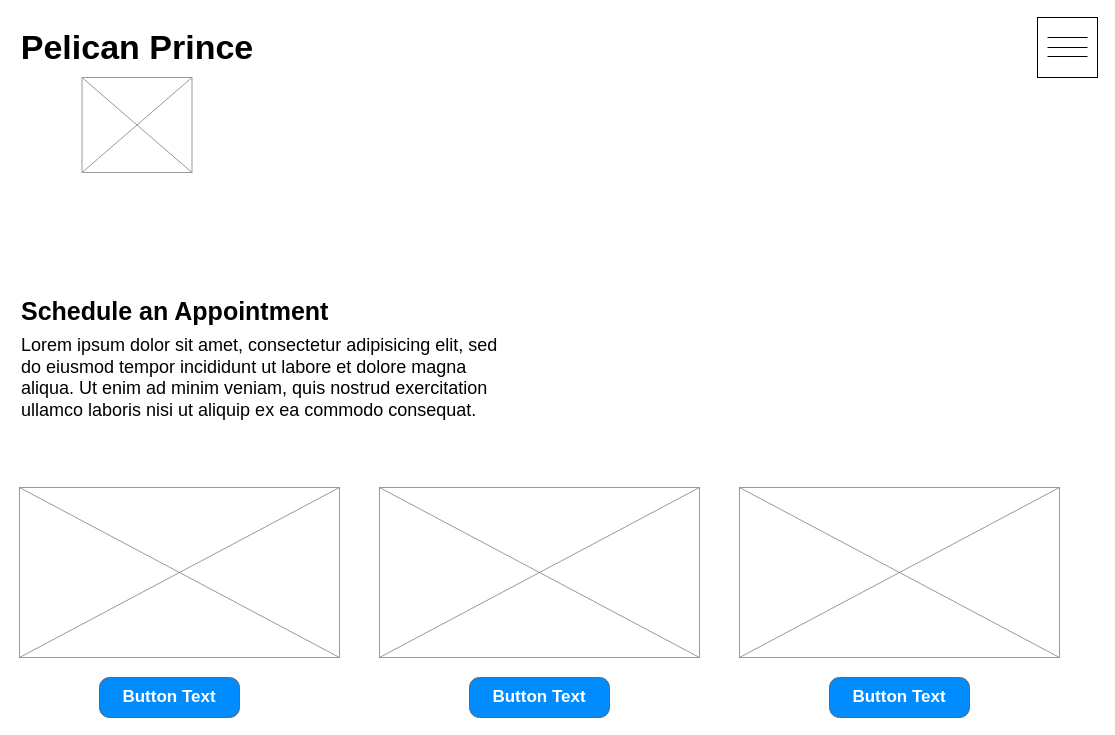
This is page "Appointment" (6 of 6) of portfolio/Pelican Prince Profile.drawio from Tolaji/wdd130, a draw.io file, before an edit. Source tidied: cells renumbered, new cells numbered last; positions are measured from the earlier drawing's top-left corner, leaving out a move shared by most shapes. Both pictures are drawn from the tidied source at 100%, with x=0, y=0 at pixel (17, 17).
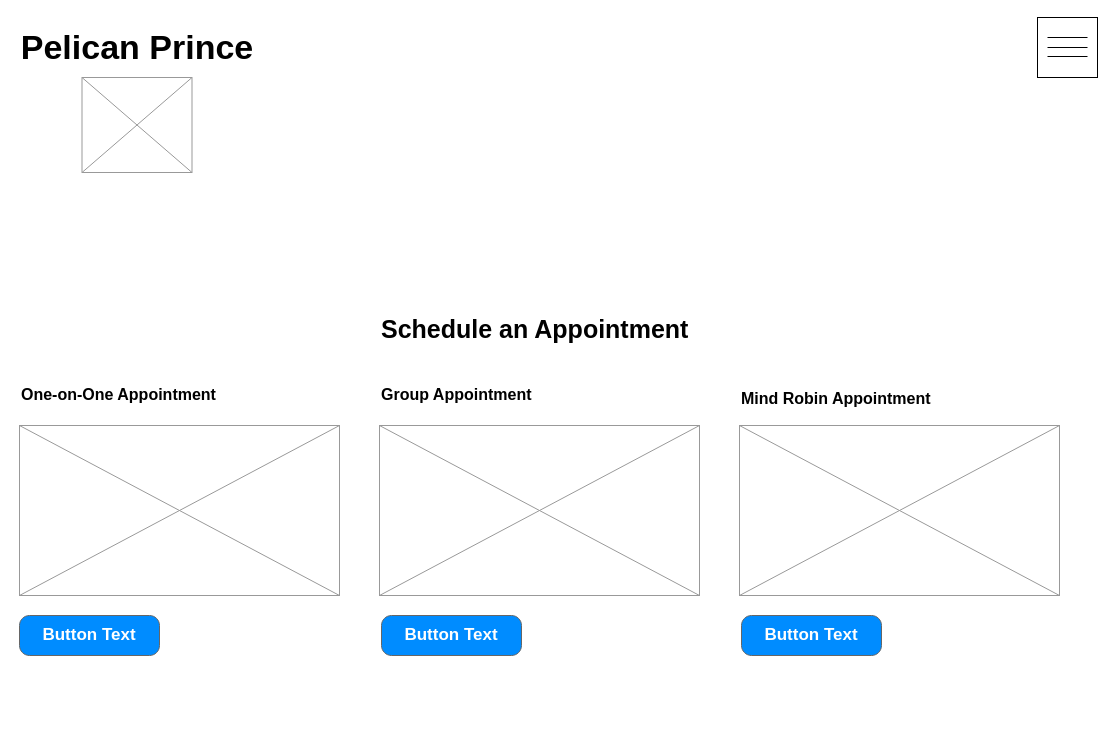
After the change.

What changed in the source:
```diff
@@
     <mxCell id="3" style="verticalLabelPosition=bottom;shadow=0;dashed=0;align=center;html=1;verticalAlign=top;strokeWidth=1;shape=mxgraph.mockup.graphics.simpleIcon;strokeColor=#999999;" parent="1" vertex="1">
-      <mxGeometry x="2" y="470" width="320" height="170" as="geometry" />
+      <mxGeometry x="2" y="408" width="320" height="170" as="geometry" />
     </mxCell>
-    <mxCell id="4" value="Lorem ipsum dolor sit amet, consectetur adipisicing elit, sed do eiusmod tempor incididunt ut labore et dolore magna aliqua. Ut enim ad minim veniam, quis nostrud exercitation ullamco laboris nisi ut aliquip ex ea commodo consequat." style="text;spacingTop=-5;whiteSpace=wrap;html=1;align=left;fontSize=18;fontFamily=Helvetica;fillColor=none;strokeColor=none;" parent="1" vertex="1">
-      <mxGeometry x="2" y="316" width="490" height="88" as="geometry" />
-    </mxCell>
     <mxCell id="5" value="Schedule an Appointment" style="text;spacingTop=-5;whiteSpace=wrap;html=1;align=left;fontSize=25;fontFamily=Helvetica;fillColor=none;strokeColor=none;fontStyle=1;verticalAlign=middle;" parent="1" vertex="1">
-      <mxGeometry x="2" y="270" width="320" height="50" as="geometry" />
+      <mxGeometry x="362" y="288" width="320" height="50" as="geometry" />
     </mxCell>
     <mxCell id="6" value="Button Text" style="strokeWidth=1;shadow=0;dashed=0;align=center;html=1;shape=mxgraph.mockup.buttons.button;strokeColor=#666666;fontColor=#ffffff;mainText=;buttonStyle=round;fontSize=17;fontStyle=1;fillColor=#008cff;whiteSpace=wrap;" parent="1" vertex="1">
-      <mxGeometry x="82" y="660" width="140" height="40" as="geometry" />
+      <mxGeometry x="2" y="598" width="140" height="40" as="geometry" />
     </mxCell>
@@
     <mxCell id="14" style="verticalLabelPosition=bottom;shadow=0;dashed=0;align=center;html=1;verticalAlign=top;strokeWidth=1;shape=mxgraph.mockup.graphics.simpleIcon;strokeColor=#999999;" parent="1" vertex="1">
-      <mxGeometry x="722" y="470" width="320" height="170" as="geometry" />
+      <mxGeometry x="722" y="408" width="320" height="170" as="geometry" />
     </mxCell>
     <mxCell id="15" style="verticalLabelPosition=bottom;shadow=0;dashed=0;align=center;html=1;verticalAlign=top;strokeWidth=1;shape=mxgraph.mockup.graphics.simpleIcon;strokeColor=#999999;" parent="1" vertex="1">
-      <mxGeometry x="362" y="470" width="320" height="170" as="geometry" />
+      <mxGeometry x="362" y="408" width="320" height="170" as="geometry" />
     </mxCell>
     <mxCell id="16" value="Button Text" style="strokeWidth=1;shadow=0;dashed=0;align=center;html=1;shape=mxgraph.mockup.buttons.button;strokeColor=#666666;fontColor=#ffffff;mainText=;buttonStyle=round;fontSize=17;fontStyle=1;fillColor=#008cff;whiteSpace=wrap;" parent="1" vertex="1">
-      <mxGeometry x="812" y="660" width="140" height="40" as="geometry" />
+      <mxGeometry x="724" y="598" width="140" height="40" as="geometry" />
     </mxCell>
     <mxCell id="17" value="Button Text" style="strokeWidth=1;shadow=0;dashed=0;align=center;html=1;shape=mxgraph.mockup.buttons.button;strokeColor=#666666;fontColor=#ffffff;mainText=;buttonStyle=round;fontSize=17;fontStyle=1;fillColor=#008cff;whiteSpace=wrap;" parent="1" vertex="1">
-      <mxGeometry x="452" y="660" width="140" height="40" as="geometry" />
+      <mxGeometry x="364" y="598" width="140" height="40" as="geometry" />
     </mxCell>
+    <mxCell id="18" value="One-on-One Appointment" style="text;spacingTop=-5;whiteSpace=wrap;html=1;align=left;fontSize=16;fontFamily=Helvetica;fillColor=none;strokeColor=none;fontStyle=1;verticalAlign=middle;" parent="1" vertex="1">
+      <mxGeometry x="2" y="354" width="320" height="50" as="geometry" />
+    </mxCell>
+    <mxCell id="19" value="Group Appointment" style="text;spacingTop=-5;whiteSpace=wrap;html=1;align=left;fontSize=16;fontFamily=Helvetica;fillColor=none;strokeColor=none;fontStyle=1;verticalAlign=middle;" parent="1" vertex="1">
+      <mxGeometry x="362" y="354" width="320" height="50" as="geometry" />
+    </mxCell>
+    <mxCell id="20" value="Mind Robin Appointment" style="text;spacingTop=-5;whiteSpace=wrap;html=1;align=left;fontSize=16;fontFamily=Helvetica;fillColor=none;strokeColor=none;fontStyle=1;verticalAlign=middle;" parent="1" vertex="1">
+      <mxGeometry x="722" y="358" width="320" height="50" as="geometry" />
+    </mxCell>
```
